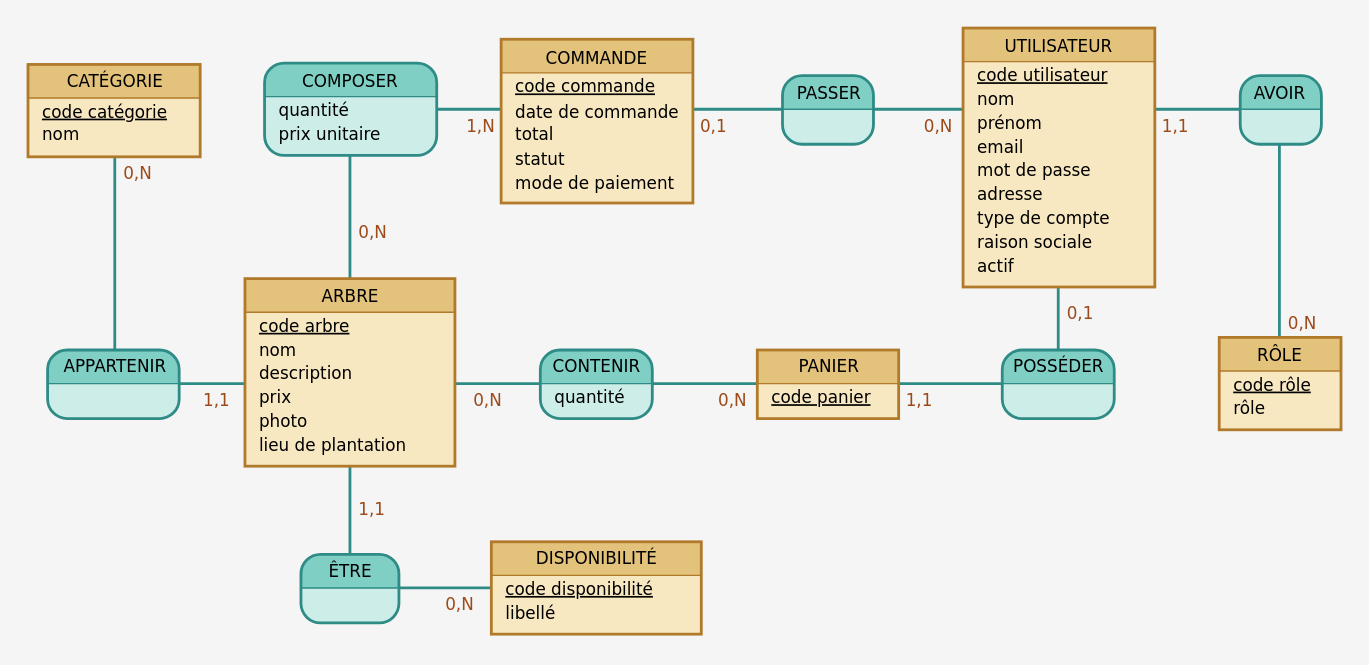
The draw.io diagram docs/conception/modele-de-donnees/05b-mcd.drawio.svg in DimitryDereppe/je-s-appelle-graine, before a commit. Source tidied: cells renumbered, new cells last; positions are measured from the earlier drawing's top-left corner, leaving out a move shared by most shapes.
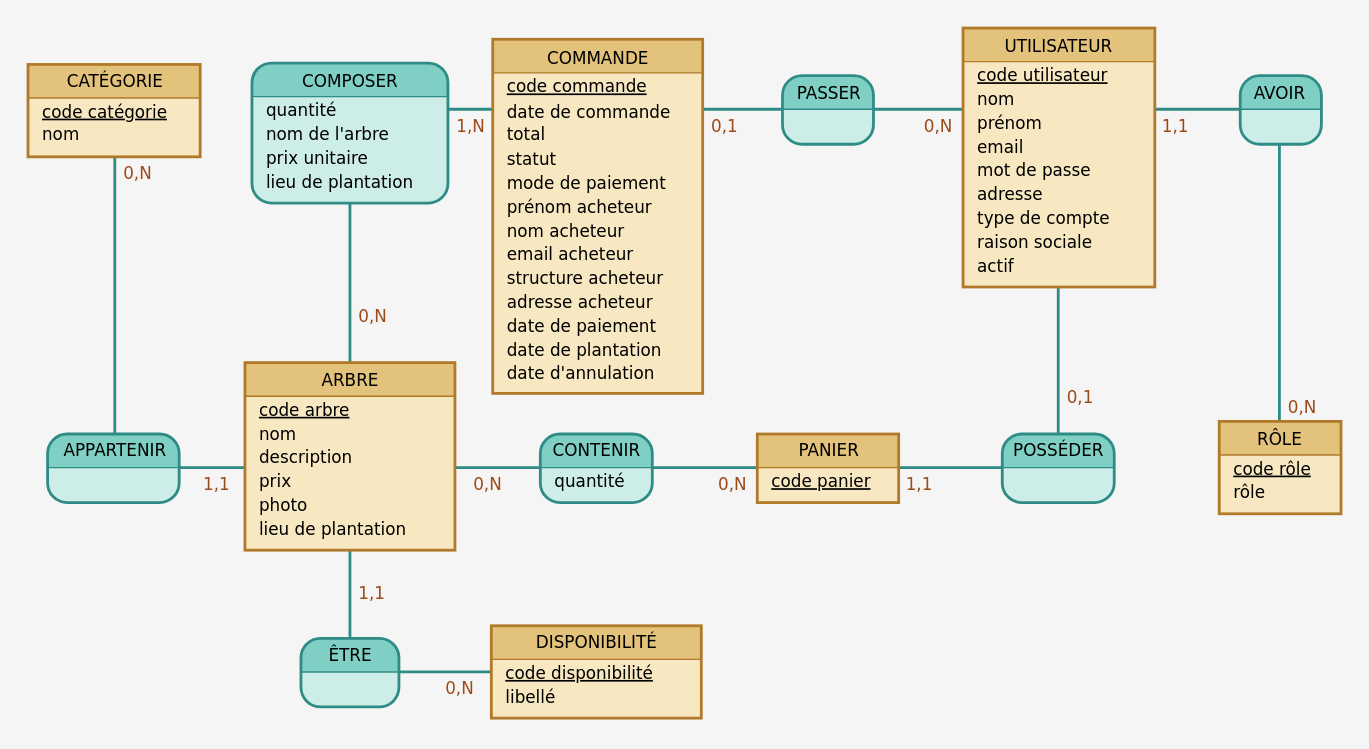
The same diagram one commit later.

What changed in the source:
```diff
@@ -3,37 +3,37 @@
     <mxCell id="0" />
     <mxCell id="1" parent="0" />
     <mxCell id="2" value="CATÉGORIE" style="swimlane;fontStyle=0;horizontal=1;startSize=24;fillColor=#E3C27B;swimlaneFillColor=#F8E8C2;strokeColor=#B07A2A;strokeWidth=2;rounded=0;arcSize=30;fontFamily=Verdana;fontSize=12;html=1;" parent="1" vertex="1">
-      <mxGeometry y="26" width="123" height="66" as="geometry" />
+      <mxGeometry y="-34" width="123" height="66" as="geometry" />
     </mxCell>
     <mxCell id="3" value="&lt;u&gt;code catégorie&lt;/u&gt;&lt;br&gt;nom" style="text;html=1;align=left;verticalAlign=top;spacingLeft=6;fontFamily=Verdana;fontSize=12;" parent="2" vertex="1">
       <mxGeometry y="24" width="123" height="42" as="geometry" />
     </mxCell>
     <mxCell id="4" value="COMPOSER" style="swimlane;fontStyle=0;horizontal=1;startSize=24;fillColor=#7FCFC4;swimlaneFillColor=#CDEDE8;strokeColor=#2E8B85;strokeWidth=2;rounded=1;arcSize=30;fontFamily=Verdana;fontSize=12;html=1;" parent="1" vertex="1">
-      <mxGeometry x="169" y="25" width="123" height="66" as="geometry" />
+      <mxGeometry x="160" y="-35" width="140" height="100" as="geometry" />
     </mxCell>
-    <mxCell id="5" value="quantité&lt;br&gt;prix unitaire" style="text;html=1;align=left;verticalAlign=top;spacingLeft=6;fontFamily=Verdana;fontSize=12;" parent="4" vertex="1">
-      <mxGeometry y="24" width="123" height="42" as="geometry" />
+    <mxCell id="5" value="quantité&lt;br&gt;nom de l'arbre&lt;br&gt;prix unitaire&lt;br&gt;lieu de plantation" style="text;html=1;align=left;verticalAlign=top;spacingLeft=6;fontFamily=Verdana;fontSize=12;" parent="4" vertex="1">
+      <mxGeometry y="24" width="140" height="76" as="geometry" />
     </mxCell>
     <mxCell id="6" value="COMMANDE" style="swimlane;fontStyle=0;horizontal=1;startSize=24;fillColor=#E3C27B;swimlaneFillColor=#F8E8C2;strokeColor=#B07A2A;strokeWidth=2;rounded=0;arcSize=30;fontFamily=Verdana;fontSize=12;html=1;" parent="1" vertex="1">
-      <mxGeometry x="338" y="8" width="137" height="117" as="geometry" />
+      <mxGeometry x="332" y="-52" width="150" height="253" as="geometry" />
     </mxCell>
-    <mxCell id="7" value="&lt;u&gt;code commande&lt;/u&gt;&lt;br&gt;date de commande&lt;br&gt;total&lt;br&gt;statut&lt;br&gt;mode de paiement" style="text;html=1;align=left;verticalAlign=top;spacingLeft=6;fontFamily=Verdana;fontSize=12;" parent="6" vertex="1">
-      <mxGeometry y="24" width="137" height="93" as="geometry" />
+    <mxCell id="7" value="&lt;u&gt;code commande&lt;/u&gt;&lt;br&gt;date de commande&lt;br&gt;total&lt;br&gt;statut&lt;br&gt;mode de paiement&lt;br&gt;prénom acheteur&lt;br&gt;nom acheteur&lt;br&gt;email acheteur&lt;br&gt;structure acheteur&lt;br&gt;adresse acheteur&lt;br&gt;date de paiement&lt;br&gt;date de plantation&lt;br&gt;date d'annulation" style="text;html=1;align=left;verticalAlign=top;spacingLeft=6;fontFamily=Verdana;fontSize=12;" parent="6" vertex="1">
+      <mxGeometry y="24" width="150" height="229" as="geometry" />
     </mxCell>
     <mxCell id="8" value="PASSER" style="swimlane;fontStyle=0;horizontal=1;startSize=24;fillColor=#7FCFC4;swimlaneFillColor=#CDEDE8;strokeColor=#2E8B85;strokeWidth=2;rounded=1;arcSize=30;fontFamily=Verdana;fontSize=12;html=1;" parent="1" vertex="1">
-      <mxGeometry x="539" y="34" width="65" height="49" as="geometry" />
+      <mxGeometry x="539" y="-26" width="65" height="49" as="geometry" />
     </mxCell>
     <mxCell id="9" style="text;html=1;align=left;verticalAlign=top;spacingLeft=6;fontFamily=Verdana;fontSize=12;" parent="8" vertex="1">
       <mxGeometry y="24" width="65" height="25" as="geometry" />
     </mxCell>
     <mxCell id="10" value="UTILISATEUR" style="swimlane;fontStyle=0;horizontal=1;startSize=24;fillColor=#E3C27B;swimlaneFillColor=#F8E8C2;strokeColor=#B07A2A;strokeWidth=2;rounded=0;arcSize=30;fontFamily=Verdana;fontSize=12;html=1;" parent="1" vertex="1">
-      <mxGeometry x="668" width="137" height="185" as="geometry" />
+      <mxGeometry x="668" y="-60" width="137" height="185" as="geometry" />
     </mxCell>
     <mxCell id="11" value="&lt;u&gt;code utilisateur&lt;/u&gt;&lt;br&gt;nom&lt;br&gt;prénom&lt;br&gt;email&lt;br&gt;mot de passe&lt;br&gt;adresse&lt;br&gt;type de compte&lt;br&gt;raison sociale&lt;br&gt;actif" style="text;html=1;align=left;verticalAlign=top;spacingLeft=6;fontFamily=Verdana;fontSize=12;" parent="10" vertex="1">
       <mxGeometry y="24" width="137" height="161" as="geometry" />
     </mxCell>
     <mxCell id="12" value="AVOIR" style="swimlane;fontStyle=0;horizontal=1;startSize=24;fillColor=#7FCFC4;swimlaneFillColor=#CDEDE8;strokeColor=#2E8B85;strokeWidth=2;rounded=1;arcSize=30;fontFamily=Verdana;fontSize=12;html=1;" parent="1" vertex="1">
-      <mxGeometry x="866" y="34" width="58" height="49" as="geometry" />
+      <mxGeometry x="866" y="-26" width="58" height="49" as="geometry" />
     </mxCell>
     <mxCell id="13" style="text;html=1;align=left;verticalAlign=top;spacingLeft=6;fontFamily=Verdana;fontSize=12;" parent="12" vertex="1">
       <mxGeometry y="24" width="58" height="25" as="geometry" />
```
